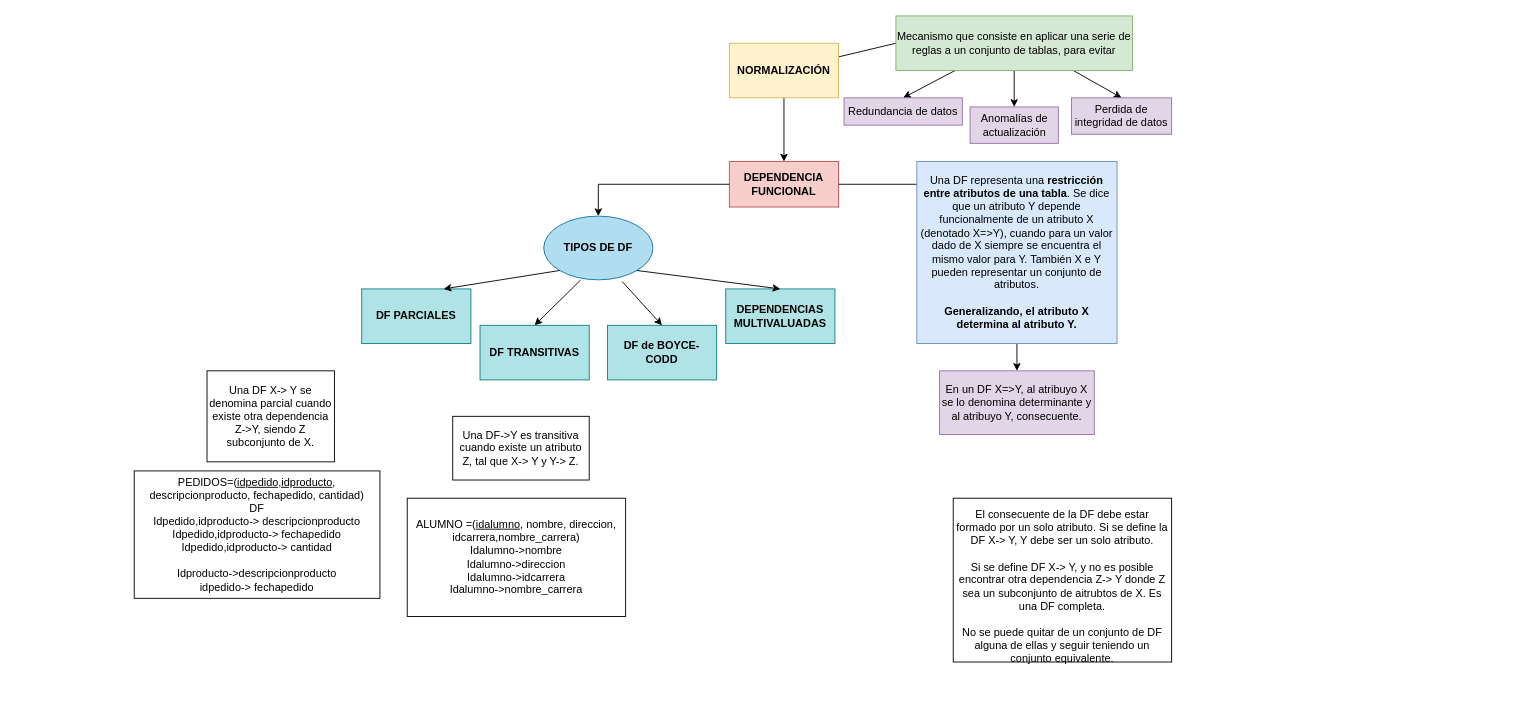
The draw.io diagram page "Normalización" (6 of 6) of Diagrama-resumen.drawio in senras/DBD, before the edit. Source tidied: cells renumbered, new cells numbered last; positions are measured from the earlier drawing's top-left corner, leaving out a move shared by most shapes. Both pictures are drawn from the tidied source at 91%, with x=0, y=0 at pixel (134, 15).
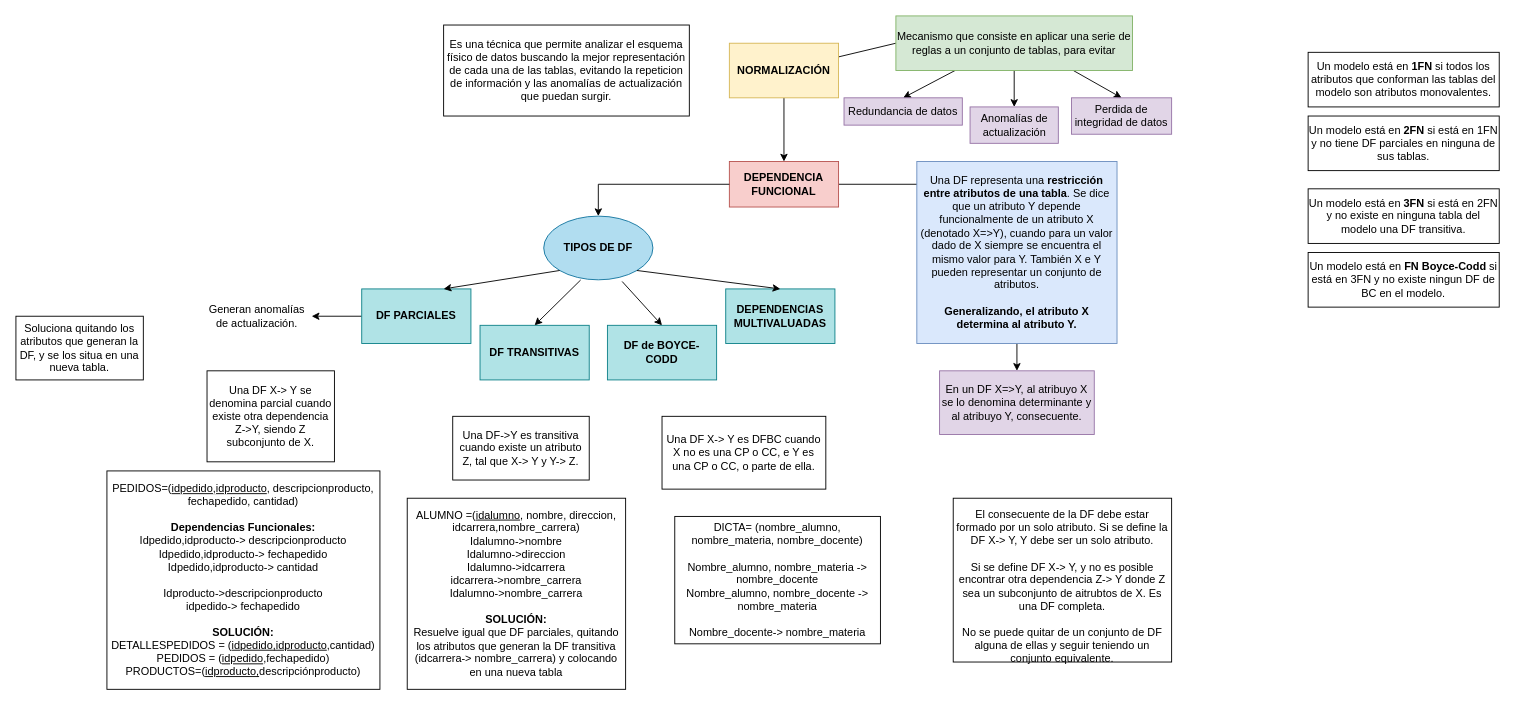
The same page after the edit.

Unchanged cells that the change refers to:
```xml
<mxCell id="13" value="&lt;b&gt;DF PARCIALES&lt;/b&gt;" style="rounded=0;whiteSpace=wrap;html=1;fillColor=#b0e3e6;strokeColor=#0e8088;" parent="1" vertex="1">
  <mxGeometry x="250" y="300" width="120" height="60" as="geometry" />
</mxCell>
```

Change to the diagram source:
```diff
@@
+    <mxCell id="32" style="edgeStyle=orthogonalEdgeStyle;rounded=0;jettySize=auto;html=1;exitX=0;exitY=0.5;exitDx=0;exitDy=0;entryX=1;entryY=0.5;entryDx=0;entryDy=0;" parent="1" edge="1" source="13" target="38">
+      <mxGeometry relative="1" as="geometry" />
+    </mxCell>
@@
-    <mxCell id="30" value="PEDIDOS=(&lt;u&gt;idpedido,idproducto&lt;/u&gt;, descripcionproducto, fechapedido, cantidad)&lt;br&gt;DF&lt;br&gt;Idpedido,idproducto-&amp;gt; descripcionproducto&lt;br&gt;Idpedido,idproducto-&amp;gt; fechapedido&lt;br&gt;Idpedido,idproducto-&amp;gt; cantidad&lt;br&gt;&lt;br&gt;Idproducto-&amp;gt;descripcionproducto&lt;br&gt;idpedido-&amp;gt; fechapedido" style="rounded=0;whiteSpace=wrap;html=1;" parent="1" vertex="1">
-      <mxGeometry y="500" width="270" height="140" as="geometry" />
+    <mxCell id="30" value="PEDIDOS=(&lt;u&gt;idpedido,idproducto&lt;/u&gt;, descripcionproducto, fechapedido, cantidad)&lt;br&gt;&lt;br&gt;&lt;b&gt;Dependencias Funcionales:&lt;/b&gt;&lt;br&gt;Idpedido,idproducto-&amp;gt; descripcionproducto&lt;br&gt;Idpedido,idproducto-&amp;gt; fechapedido&lt;br&gt;Idpedido,idproducto-&amp;gt; cantidad&lt;br&gt;&lt;br&gt;Idproducto-&amp;gt;descripcionproducto&lt;br&gt;idpedido-&amp;gt; fechapedido&lt;br&gt;&lt;br&gt;&lt;b&gt;SOLUCIÓN:&lt;/b&gt;&lt;br&gt;DETALLESPEDIDOS = (&lt;u&gt;idpedido,idproducto&lt;/u&gt;,cantidad)&lt;br&gt;PEDIDOS = (&lt;u&gt;idpedido&lt;/u&gt;,fechapedido)&lt;br&gt;PRODUCTOS=(&lt;u&gt;idproducto,&lt;/u&gt;descripciónproducto)" style="rounded=0;whiteSpace=wrap;html=1;" parent="1" vertex="1">
+      <mxGeometry x="-30" y="500" width="300" height="240" as="geometry" />
     </mxCell>
-    <mxCell id="31" value="ALUMNO =(&lt;u&gt;idalumno&lt;/u&gt;, nombre, direccion, idcarrera,nombre_carrera)&lt;br&gt;Idalumno-&amp;gt;nombre&lt;br&gt;Idalumno-&amp;gt;direccion&lt;br&gt;Idalumno-&amp;gt;idcarrera&lt;br&gt;Idalumno-&amp;gt;nombre_carrera" style="rounded=0;whiteSpace=wrap;html=1;" parent="1" vertex="1">
-      <mxGeometry x="300" y="530" width="240" height="130" as="geometry" />
+    <mxCell id="31" value="ALUMNO =(&lt;u&gt;idalumno&lt;/u&gt;, nombre, direccion, idcarrera,nombre_carrera)&lt;br&gt;Idalumno-&amp;gt;nombre&lt;br&gt;Idalumno-&amp;gt;direccion&lt;br&gt;Idalumno-&amp;gt;idcarrera&lt;br&gt;idcarrera-&amp;gt;nombre_carrera&lt;br&gt;Idalumno-&amp;gt;nombre_carrera&lt;br&gt;&lt;br&gt;&lt;b&gt;SOLUCIÓN:&lt;br&gt;&lt;/b&gt;Resuelve igual que DF parciales, quitando los atributos que generan la DF transitiva (idcarrera-&amp;gt; nombre_carrera) y colocando en una nueva tabla" style="rounded=0;whiteSpace=wrap;html=1;" parent="1" vertex="1">
+      <mxGeometry x="300" y="530" width="240" height="210" as="geometry" />
     </mxCell>
+    <mxCell id="33" value="Una DF X-&amp;gt; Y es DFBC cuando X no es una CP o CC, e Y es una CP o CC, o parte de ella." style="rounded=0;whiteSpace=wrap;html=1;" parent="1" vertex="1">
+      <mxGeometry x="580" y="440" width="180" height="80" as="geometry" />
+    </mxCell>
+    <mxCell id="34" value="DICTA= (nombre_alumno, nombre_materia, nombre_docente)&lt;br&gt;&lt;br&gt;Nombre_alumno, nombre_materia -&amp;gt; nombre_docente&lt;br&gt;Nombre_alumno, nombre_docente -&amp;gt; nombre_materia&lt;br&gt;&lt;br&gt;Nombre_docente-&amp;gt; nombre_materia" style="rounded=0;whiteSpace=wrap;html=1;" parent="1" vertex="1">
+      <mxGeometry x="594" y="550" width="226" height="140" as="geometry" />
+    </mxCell>
+    <mxCell id="35" value="Es una técnica que permite analizar el esquema físico de datos buscando la mejor representación de cada una de las tablas, evitando la repeticion de información y las anomalías de actualización que puedan surgir." style="rounded=0;whiteSpace=wrap;html=1;" parent="1" vertex="1">
+      <mxGeometry x="340" y="10" width="270" height="100" as="geometry" />
+    </mxCell>
+    <mxCell id="36" value="Un modelo está en &lt;b&gt;1FN &lt;/b&gt;si todos los atributos que conforman las tablas del modelo son atributos monovalentes." style="rounded=0;whiteSpace=wrap;html=1;" parent="1" vertex="1">
+      <mxGeometry x="1290" y="40" width="210" height="60" as="geometry" />
+    </mxCell>
+    <mxCell id="37" value="Un modelo está en &lt;b&gt;2FN &lt;/b&gt;si está en 1FN y no tiene DF parciales en ninguna de sus tablas." style="rounded=0;whiteSpace=wrap;html=1;" parent="1" vertex="1">
+      <mxGeometry x="1290" y="110" width="210" height="60" as="geometry" />
+    </mxCell>
+    <mxCell id="38" value="Generan anomalías de actualización." style="text;html=1;strokeColor=none;fillColor=none;align=center;verticalAlign=middle;whiteSpace=wrap;rounded=0;" parent="1" vertex="1">
+      <mxGeometry x="75" y="310" width="120" height="40" as="geometry" />
+    </mxCell>
+    <mxCell id="39" value="Soluciona quitando los atributos que generan la DF, y se los situa en una nueva tabla." style="rounded=0;whiteSpace=wrap;html=1;" parent="1" vertex="1">
+      <mxGeometry x="-130" y="330" width="140" height="70" as="geometry" />
+    </mxCell>
+    <mxCell id="40" value="Un modelo está en &lt;b&gt;3FN&lt;/b&gt;&amp;nbsp;si está en 2FN y no existe en ninguna tabla del modelo una DF transitiva." style="rounded=0;whiteSpace=wrap;html=1;" parent="1" vertex="1">
+      <mxGeometry x="1290" y="190" width="210" height="60" as="geometry" />
+    </mxCell>
+    <mxCell id="41" value="Un modelo está en &lt;b&gt;FN Boyce-Codd&lt;/b&gt; si está en 3FN y no existe ningun DF de BC en el modelo." style="rounded=0;whiteSpace=wrap;html=1;" parent="1" vertex="1">
+      <mxGeometry x="1290" y="260" width="210" height="60" as="geometry" />
+    </mxCell>
```
